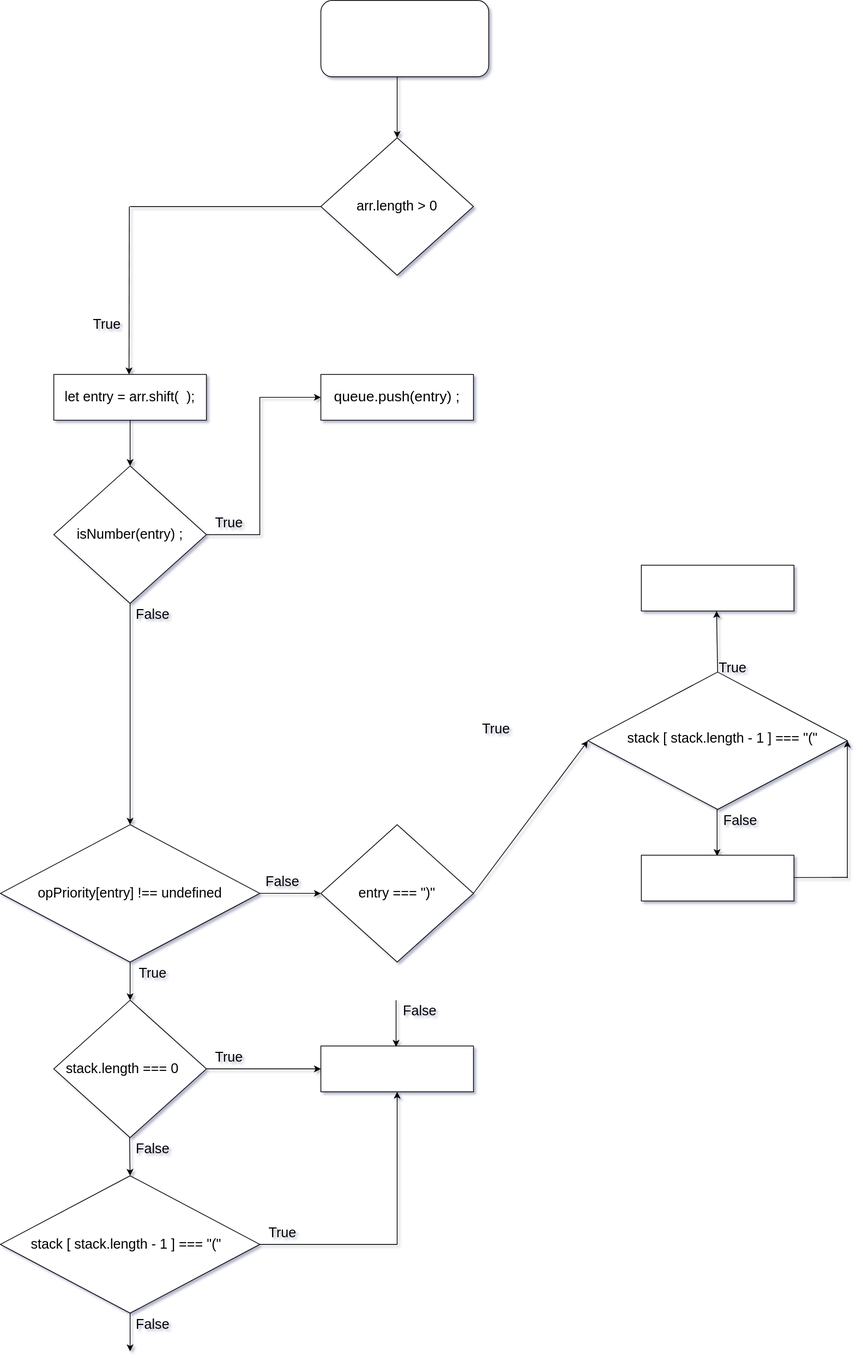
Earlier version of the draw.io export Untitled Diagram.drawio.svg (jcgm3205/jcgm3205). Source tidied: cells renumbered, new cells last; positions are measured from the earlier drawing's top-left corner, leaving out a move shared by most shapes.
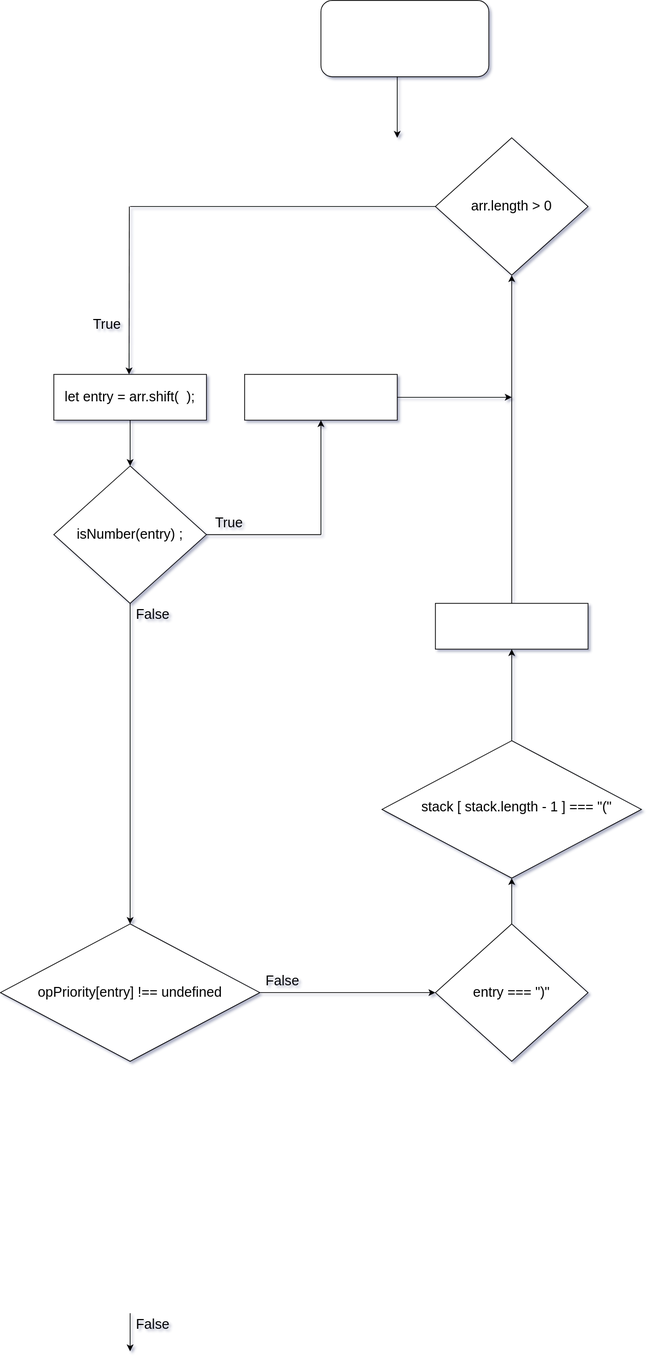
The same file after the commit.

What changed in the source:
```diff
@@ -12,10 +12,10 @@
       </mxGeometry>
     </mxCell>
     <mxCell id="4" style="rhombus;whiteSpace=wrap;html=1;fontSize=14;" parent="1" vertex="1">
-      <mxGeometry x="420" y="180" width="200" height="180" as="geometry" />
+      <mxGeometry x="570" y="180" width="200" height="180" as="geometry" />
     </mxCell>
     <mxCell id="5" value="&lt;font style=&quot;font-size: 18px&quot;&gt;arr.length &amp;gt; 0&lt;/font&gt;" style="text;html=1;strokeColor=none;fillColor=none;align=center;verticalAlign=middle;whiteSpace=wrap;rounded=0;fontSize=14;" parent="1" vertex="1">
-      <mxGeometry x="460" y="220" width="120" height="100" as="geometry" />
+      <mxGeometry x="610" y="220" width="120" height="100" as="geometry" />
     </mxCell>
     <mxCell id="6" style="endArrow=classic;html=1;rounded=0;fontSize=14;" parent="1" edge="1">
       <mxGeometry relative="1" as="geometry">
@@ -45,167 +45,89 @@
       <mxGeometry x="170" y="790" width="60" height="30" as="geometry" />
     </mxCell>
     <mxCell id="14" style="rhombus;whiteSpace=wrap;html=1;fontSize=14;" parent="1" vertex="1">
-      <mxGeometry y="1080" width="340" height="180" as="geometry" />
+      <mxGeometry y="1210" width="340" height="180" as="geometry" />
     </mxCell>
     <mxCell id="15" value="opPriority[entry] !== undefined" style="text;html=1;strokeColor=none;fillColor=none;align=center;verticalAlign=middle;whiteSpace=wrap;rounded=0;fontSize=18;" parent="1" vertex="1">
-      <mxGeometry x="40" y="1130" width="260" height="80" as="geometry" />
+      <mxGeometry x="40" y="1260" width="260" height="80" as="geometry" />
     </mxCell>
-    <mxCell id="16" style="rhombus;whiteSpace=wrap;html=1;fontSize=14;" parent="1" vertex="1">
-      <mxGeometry x="70" y="1310" width="200" height="180" as="geometry" />
-    </mxCell>
     <mxCell id="17" style="endArrow=classic;html=1;rounded=0;" parent="1" edge="1">
       <mxGeometry relative="1" as="geometry">
         <mxPoint x="170" y="550" as="sourcePoint" />
         <mxPoint x="170" y="610" as="targetPoint" />
       </mxGeometry>
     </mxCell>
-    <mxCell id="18" style="endArrow=classic;html=1;rounded=0;entryX=0;entryY=0.5;entryDx=0;entryDy=0;" parent="1" edge="1" target="21">
-      <mxGeometry relative="1" as="geometry">
-        <mxPoint x="270" y="700" as="sourcePoint" />
-        <Array as="points">
-          <mxPoint x="340" y="700" />
-          <mxPoint x="340" y="520" />
-        </Array>
-      </mxGeometry>
-    </mxCell>
     <mxCell id="19" value="True" style="text;html=1;strokeColor=none;fillColor=none;align=center;verticalAlign=middle;whiteSpace=wrap;rounded=0;fontSize=18;" parent="1" vertex="1">
       <mxGeometry x="270" y="670" width="60" height="30" as="geometry" />
     </mxCell>
-    <mxCell id="20" style="rounded=0;whiteSpace=wrap;html=1;" parent="1" vertex="1">
-      <mxGeometry x="420" y="490" width="200" height="60" as="geometry" />
-    </mxCell>
-    <mxCell id="21" value="&lt;font style=&quot;font-size: 19px&quot;&gt;queue.push(entry) ;&lt;/font&gt;" style="text;html=1;strokeColor=none;fillColor=none;align=center;verticalAlign=middle;whiteSpace=wrap;rounded=0;" parent="1" vertex="1">
-      <mxGeometry x="420" y="490" width="200" height="60" as="geometry" />
-    </mxCell>
     <mxCell id="22" style="endArrow=classic;html=1;rounded=0;fontSize=18;entryX=0;entryY=0.5;entryDx=0;entryDy=0;exitX=1;exitY=0.5;exitDx=0;exitDy=0;" parent="1" edge="1" source="14" target="23">
       <mxGeometry relative="1" as="geometry" />
     </mxCell>
     <mxCell id="23" style="rhombus;whiteSpace=wrap;html=1;fontSize=14;" parent="1" vertex="1">
-      <mxGeometry x="420" y="1080" width="200" height="180" as="geometry" />
+      <mxGeometry x="570" y="1210" width="200" height="180" as="geometry" />
     </mxCell>
     <mxCell id="24" value="entry === &quot;)&quot;" style="text;html=1;strokeColor=none;fillColor=none;align=center;verticalAlign=middle;whiteSpace=wrap;rounded=0;fontSize=18;" parent="1" vertex="1">
-      <mxGeometry x="440" y="1120" width="160" height="100" as="geometry" />
+      <mxGeometry x="590" y="1250" width="160" height="100" as="geometry" />
     </mxCell>
     <mxCell id="25" value="False" style="text;html=1;strokeColor=none;fillColor=none;align=center;verticalAlign=middle;whiteSpace=wrap;rounded=0;fontSize=18;" parent="1" vertex="1">
-      <mxGeometry x="340" y="1140" width="60" height="30" as="geometry" />
+      <mxGeometry x="340" y="1270" width="60" height="30" as="geometry" />
     </mxCell>
-    <mxCell id="26" value="False" style="text;html=1;strokeColor=none;fillColor=none;align=center;verticalAlign=middle;whiteSpace=wrap;rounded=0;fontSize=18;" parent="1" vertex="1">
-      <mxGeometry x="520" y="1309" width="60" height="30" as="geometry" />
-    </mxCell>
-    <mxCell id="27" style="endArrow=classic;html=1;rounded=0;fontSize=18;" parent="1" edge="1">
-      <mxGeometry relative="1" as="geometry">
-        <mxPoint x="939.3" y="1060" as="sourcePoint" />
-        <mxPoint x="939.3" y="1121" as="targetPoint" />
-      </mxGeometry>
-    </mxCell>
-    <mxCell id="28" style="rounded=0;whiteSpace=wrap;html=1;fontSize=18;" parent="1" vertex="1">
-      <mxGeometry x="420" y="1370" width="200" height="60" as="geometry" />
-    </mxCell>
-    <mxCell id="29" value="&lt;font style=&quot;font-size: 18px&quot;&gt;stack.length === 0&lt;/font&gt;" style="text;html=1;strokeColor=none;fillColor=none;align=center;verticalAlign=middle;whiteSpace=wrap;rounded=0;fontSize=15;strokeWidth=2;" parent="1" vertex="1">
-      <mxGeometry x="70" y="1385" width="180" height="30" as="geometry" />
-    </mxCell>
-    <mxCell id="30" value="True" style="text;html=1;strokeColor=none;fillColor=none;align=center;verticalAlign=middle;whiteSpace=wrap;rounded=0;fontSize=18;" parent="1" vertex="1">
-      <mxGeometry x="170" y="1260" width="60" height="30" as="geometry" />
-    </mxCell>
-    <mxCell id="31" value="True" style="text;html=1;strokeColor=none;fillColor=none;align=center;verticalAlign=middle;whiteSpace=wrap;rounded=0;fontSize=18;" parent="1" vertex="1">
-      <mxGeometry x="270" y="1370" width="60" height="30" as="geometry" />
-    </mxCell>
-    <mxCell id="32" style="endArrow=classic;html=1;rounded=0;fontSize=18;entryX=0;entryY=0.5;entryDx=0;entryDy=0;" parent="1" edge="1" target="28">
-      <mxGeometry relative="1" as="geometry">
-        <mxPoint x="270" y="1400" as="sourcePoint" />
-      </mxGeometry>
-    </mxCell>
-    <mxCell id="33" style="endArrow=classic;html=1;rounded=0;fontSize=18;entryX=0.5;entryY=0;entryDx=0;entryDy=0;" parent="1" edge="1" target="16">
-      <mxGeometry relative="1" as="geometry">
-        <mxPoint x="170" y="1260" as="sourcePoint" />
-      </mxGeometry>
-    </mxCell>
-    <mxCell id="34" style="rhombus;whiteSpace=wrap;html=1;fontSize=14;" parent="1" vertex="1">
-      <mxGeometry y="1540" width="340" height="180" as="geometry" />
-    </mxCell>
-    <mxCell id="35" style="endArrow=classic;html=1;rounded=0;fontSize=18;entryX=0.5;entryY=0;entryDx=0;entryDy=0;" parent="1" edge="1" target="34">
-      <mxGeometry relative="1" as="geometry">
-        <mxPoint x="169.3" y="1490" as="sourcePoint" />
-      </mxGeometry>
-    </mxCell>
     <mxCell id="36" value="False" style="text;html=1;strokeColor=none;fillColor=none;align=center;verticalAlign=middle;whiteSpace=wrap;rounded=0;fontSize=18;" parent="1" vertex="1">
       <mxGeometry x="170" y="1720" width="60" height="30" as="geometry" />
     </mxCell>
-    <mxCell id="37" style="endArrow=classic;html=1;rounded=0;fontSize=18;entryX=0.5;entryY=1;entryDx=0;entryDy=0;" parent="1" edge="1" target="28">
-      <mxGeometry relative="1" as="geometry">
-        <mxPoint x="520" y="1630" as="sourcePoint" />
-      </mxGeometry>
-    </mxCell>
-    <mxCell id="38" style="endArrow=none;html=1;rounded=0;fontSize=18;" parent="1" edge="1">
-      <mxGeometry relative="1" as="geometry">
-        <mxPoint x="340" y="1630" as="sourcePoint" />
-        <mxPoint x="520" y="1630" as="targetPoint" />
-      </mxGeometry>
-    </mxCell>
-    <mxCell id="39" value="True" style="text;html=1;strokeColor=none;fillColor=none;align=center;verticalAlign=middle;whiteSpace=wrap;rounded=0;fontSize=18;" parent="1" vertex="1">
-      <mxGeometry x="340" y="1600" width="60" height="30" as="geometry" />
-    </mxCell>
-    <mxCell id="40" value="stack [ stack.length - 1 ] === &quot;(&quot;" style="text;html=1;strokeColor=none;fillColor=none;align=center;verticalAlign=middle;whiteSpace=wrap;rounded=0;fontSize=18;" parent="1" vertex="1">
-      <mxGeometry x="30" y="1600" width="270" height="60" as="geometry" />
-    </mxCell>
-    <mxCell id="41" style="endArrow=classic;html=1;rounded=0;fontSize=18;exitX=0.5;exitY=1;exitDx=0;exitDy=0;" parent="1" edge="1" source="34">
+    <mxCell id="41" style="endArrow=classic;html=1;rounded=0;fontSize=18;exitX=0.5;exitY=1;exitDx=0;exitDy=0;" parent="1" edge="1">
       <mxGeometry relative="1" as="geometry">
+        <mxPoint x="170" y="1720" as="sourcePoint" />
         <mxPoint x="170" y="1770" as="targetPoint" />
       </mxGeometry>
     </mxCell>
-    <mxCell id="42" value="False" style="text;html=1;strokeColor=none;fillColor=none;align=center;verticalAlign=middle;whiteSpace=wrap;rounded=0;fontSize=18;" parent="1" vertex="1">
-      <mxGeometry x="170" y="1490" width="60" height="30" as="geometry" />
-    </mxCell>
-    <mxCell id="43" style="endArrow=classic;html=1;rounded=0;fontSize=18;entryX=0;entryY=0.5;entryDx=0;entryDy=0;exitX=1;exitY=0.5;exitDx=0;exitDy=0;" parent="1" edge="1" source="23" target="44">
-      <mxGeometry relative="1" as="geometry" />
-    </mxCell>
     <mxCell id="44" style="rhombus;whiteSpace=wrap;html=1;fontSize=14;" parent="1" vertex="1">
-      <mxGeometry x="770" y="880" width="340" height="180" as="geometry" />
+      <mxGeometry x="500" y="970" width="340" height="180" as="geometry" />
     </mxCell>
     <mxCell id="45" value="stack [ stack.length - 1 ] === &quot;(&quot;" style="text;whiteSpace=wrap;html=1;fontSize=18;" parent="1" vertex="1">
-      <mxGeometry x="820" y="950" width="270" height="40" as="geometry" />
+      <mxGeometry x="550" y="1040" width="270" height="40" as="geometry" />
     </mxCell>
-    <mxCell id="46" value="True" style="text;html=1;strokeColor=none;fillColor=none;align=center;verticalAlign=middle;whiteSpace=wrap;rounded=0;fontSize=18;" parent="1" vertex="1">
-      <mxGeometry x="620" y="940" width="60" height="30" as="geometry" />
-    </mxCell>
-    <mxCell id="47" style="endArrow=classic;html=1;rounded=0;fontSize=18;exitX=0.5;exitY=0;exitDx=0;exitDy=0;" parent="1" edge="1" source="44">
-      <mxGeometry relative="1" as="geometry">
-        <mxPoint x="938.6" y="800" as="targetPoint" />
-      </mxGeometry>
+    <mxCell id="47" style="endArrow=classic;html=1;rounded=0;fontSize=18;exitX=0.5;exitY=0;exitDx=0;exitDy=0;entryX=0.5;entryY=1;entryDx=0;entryDy=0;" parent="1" edge="1" source="44" target="49">
+      <mxGeometry relative="1" as="geometry" />
     </mxCell>
-    <mxCell id="48" value="True" style="text;html=1;strokeColor=none;fillColor=none;align=center;verticalAlign=middle;whiteSpace=wrap;rounded=0;fontSize=18;" parent="1" vertex="1">
-      <mxGeometry x="930" y="860" width="60" height="30" as="geometry" />
-    </mxCell>
     <mxCell id="49" style="rounded=0;whiteSpace=wrap;html=1;fontSize=18;" parent="1" vertex="1">
-      <mxGeometry x="840" y="740" width="200" height="60" as="geometry" />
+      <mxGeometry x="570" y="790" width="200" height="60" as="geometry" />
     </mxCell>
-    <mxCell id="50" style="endArrow=classic;html=1;rounded=0;fontSize=18;" parent="1" edge="1">
-      <mxGeometry relative="1" as="geometry">
-        <mxPoint x="518.6" y="1310" as="sourcePoint" />
-        <mxPoint x="518.6" y="1371" as="targetPoint" />
-      </mxGeometry>
-    </mxCell>
-    <mxCell id="51" value="False" style="text;html=1;strokeColor=none;fillColor=none;align=center;verticalAlign=middle;whiteSpace=wrap;rounded=0;fontSize=18;" parent="1" vertex="1">
-      <mxGeometry x="940" y="1060" width="60" height="30" as="geometry" />
-    </mxCell>
-    <mxCell id="52" style="rounded=0;whiteSpace=wrap;html=1;fontSize=18;" parent="1" vertex="1">
-      <mxGeometry x="840" y="1120" width="200" height="60" as="geometry" />
-    </mxCell>
-    <mxCell id="53" style="endArrow=none;html=1;rounded=0;fontSize=18;" parent="1" edge="1">
-      <mxGeometry relative="1" as="geometry">
-        <mxPoint x="1040" y="1149.3" as="sourcePoint" />
-        <mxPoint x="1110" y="1149" as="targetPoint" />
-      </mxGeometry>
-    </mxCell>
-    <mxCell id="54" style="endArrow=classic;html=1;rounded=0;fontSize=18;entryX=1;entryY=0.5;entryDx=0;entryDy=0;" parent="1" edge="1" target="44">
-      <mxGeometry relative="1" as="geometry">
-        <mxPoint x="1110" y="1150" as="sourcePoint" />
-      </mxGeometry>
-    </mxCell>
     <mxCell id="55" style="endArrow=none;html=1;rounded=0;fontSize=18;entryX=0;entryY=0.5;entryDx=0;entryDy=0;" parent="1" edge="1" target="4">
       <mxGeometry relative="1" as="geometry">
         <mxPoint x="170" y="270" as="sourcePoint" />
+        <Array as="points">
+          <mxPoint x="560" y="270" />
+        </Array>
       </mxGeometry>
     </mxCell>
+    <mxCell id="56" style="rounded=0;whiteSpace=wrap;html=1;fontSize=18;" parent="1" vertex="1">
+      <mxGeometry x="320" y="490" width="200" height="60" as="geometry" />
+    </mxCell>
+    <mxCell id="57" style="endArrow=classic;html=1;rounded=0;fontSize=18;entryX=0.5;entryY=1;entryDx=0;entryDy=0;exitX=0.5;exitY=0;exitDx=0;exitDy=0;" parent="1" edge="1" source="49" target="4">
+      <mxGeometry relative="1" as="geometry" />
+    </mxCell>
+    <mxCell id="58" style="endArrow=classic;html=1;rounded=0;fontSize=18;entryX=0.5;entryY=1;entryDx=0;entryDy=0;" parent="1" edge="1" target="44">
+      <mxGeometry relative="1" as="geometry">
+        <mxPoint x="670" y="1210" as="sourcePoint" />
+      </mxGeometry>
+    </mxCell>
+    <mxCell id="59" style="endArrow=classic;html=1;rounded=0;fontSize=18;" parent="1" edge="1">
+      <mxGeometry relative="1" as="geometry">
+        <mxPoint x="520" y="520" as="sourcePoint" />
+        <mxPoint x="670" y="520" as="targetPoint" />
+      </mxGeometry>
+    </mxCell>
+    <mxCell id="60" style="endArrow=classic;html=1;rounded=0;fontSize=18;" parent="1" edge="1">
+      <mxGeometry relative="1" as="geometry">
+        <mxPoint x="420" y="700" as="sourcePoint" />
+        <mxPoint x="420" y="550" as="targetPoint" />
+      </mxGeometry>
+    </mxCell>
+    <mxCell id="61" style="endArrow=none;html=1;rounded=0;fontSize=18;" parent="1" edge="1">
+      <mxGeometry relative="1" as="geometry">
+        <mxPoint x="270" y="700" as="sourcePoint" />
+        <mxPoint x="420" y="700" as="targetPoint" />
+      </mxGeometry>
+    </mxCell>
   </root>
 </mxGraphModel>
```
